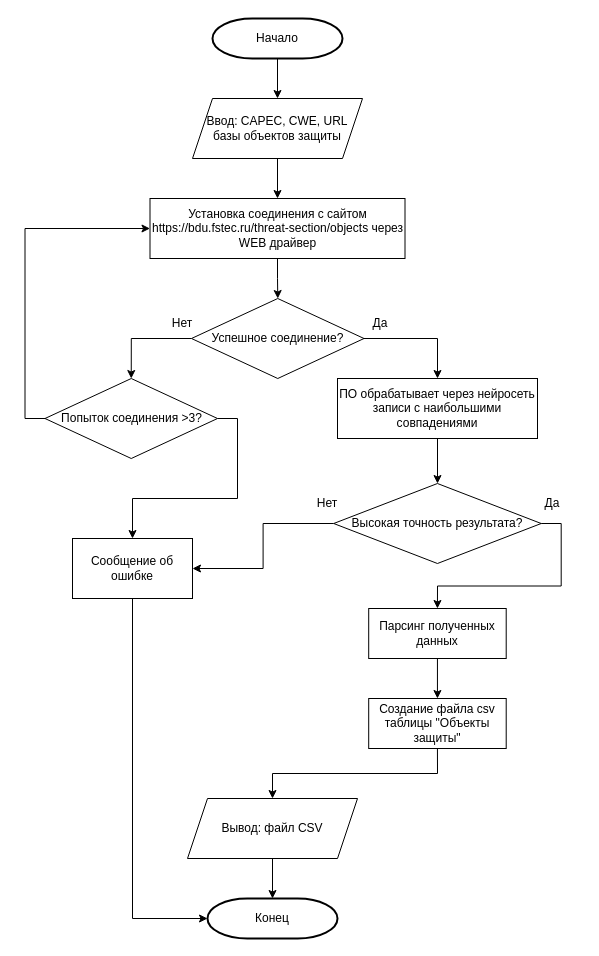
This is Algorithm_OPZ/(2. ЧП) 1. Алгоритм Генерация объектов защиты.drawio from SmirnovBogdan8/Diplom, a draw.io file, before an edit. Source tidied: cells renumbered, new cells numbered last; positions are measured from the earlier drawing's top-left corner, leaving out a move shared by most shapes. Both pictures are drawn from the tidied source at 100%, with x=0, y=0 at pixel (44, 18).
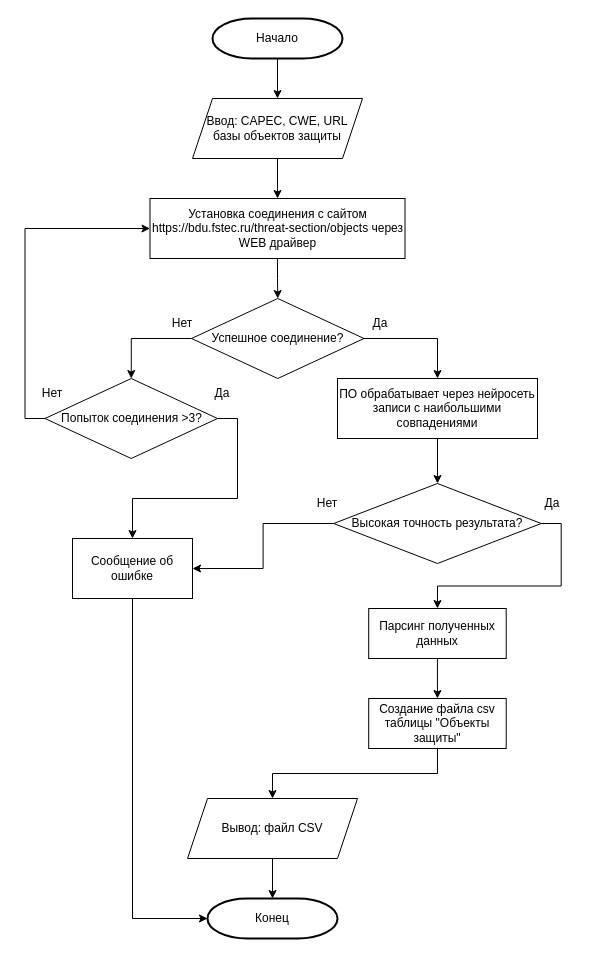
The same diagram, later.

What changed in the source:
```diff
@@
+    <mxCell id="32" value="Нет" style="text;html=1;align=center;verticalAlign=middle;whiteSpace=wrap;rounded=0;" parent="1" vertex="1">
+      <mxGeometry x="-22" y="360" width="60" height="30" as="geometry" />
+    </mxCell>
+    <mxCell id="33" value="Да" style="text;html=1;align=center;verticalAlign=middle;whiteSpace=wrap;rounded=0;" parent="1" vertex="1">
+      <mxGeometry x="148" y="360" width="60" height="30" as="geometry" />
+    </mxCell>
```
